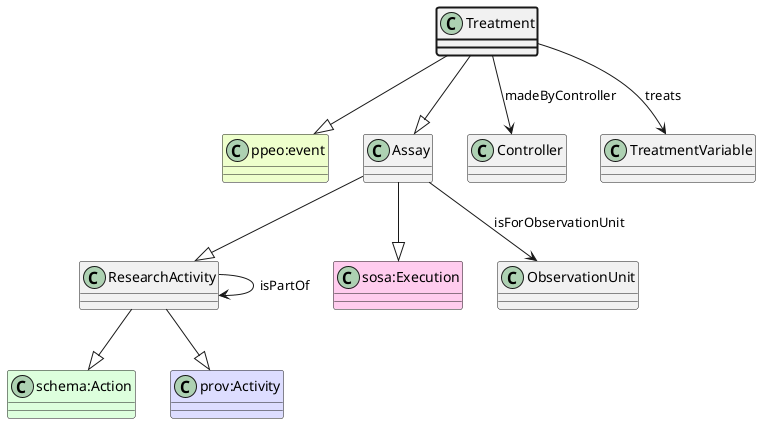
aus-plant-phenomics-network/appn-schema keeps this PlantUML diagram as ttl_uml/ttl_appn_Treatment.png. Above is the earlier version.
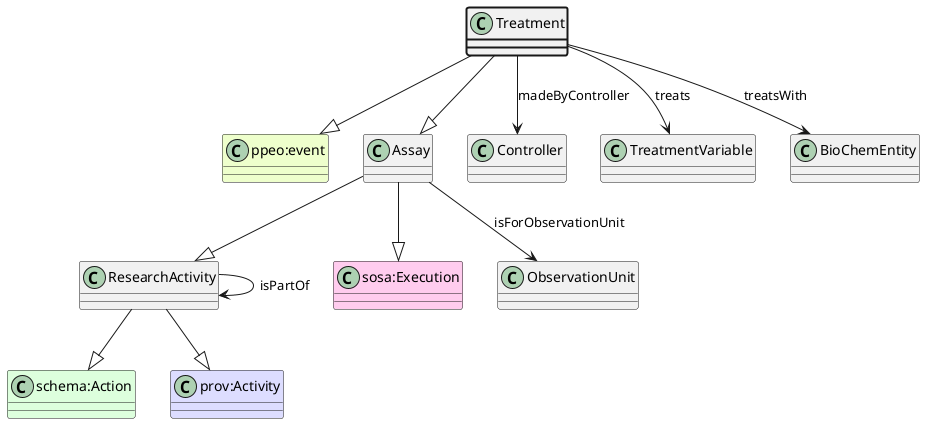
Later version of the same file.

What changed in the source:
```diff
@@ -16,6 +16,8 @@
 Treatment --> Controller : madeByController
 class TreatmentVariable
 Treatment --> TreatmentVariable : treats
+class BioChemEntity
+Treatment --> BioChemEntity : treatsWith
 class ObservationUnit
 Assay --> ObservationUnit : isForObservationUnit
 class ResearchActivity
```
